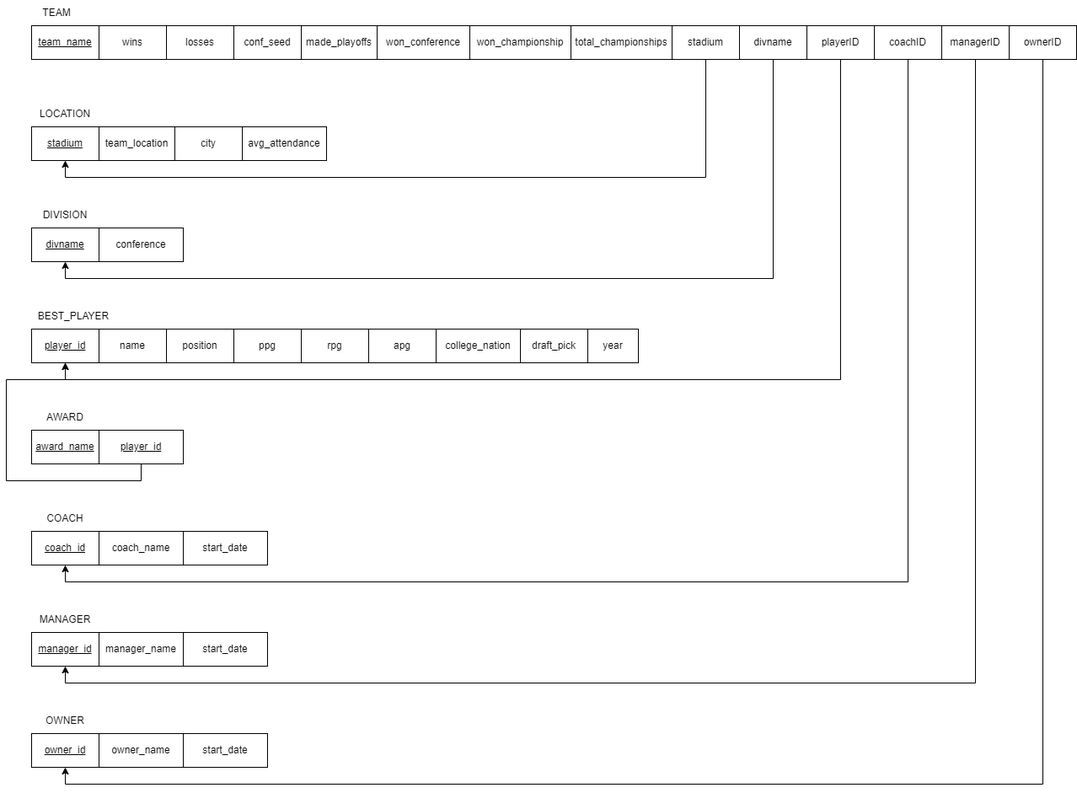
Before: Schema/NBA DB Relational Model.png, a diagram exported from draw.io (diegomess1908/NBADatabase22-23). Source tidied: cells renumbered, new cells last; positions are measured from the earlier drawing's top-left corner, leaving out a move shared by most shapes.
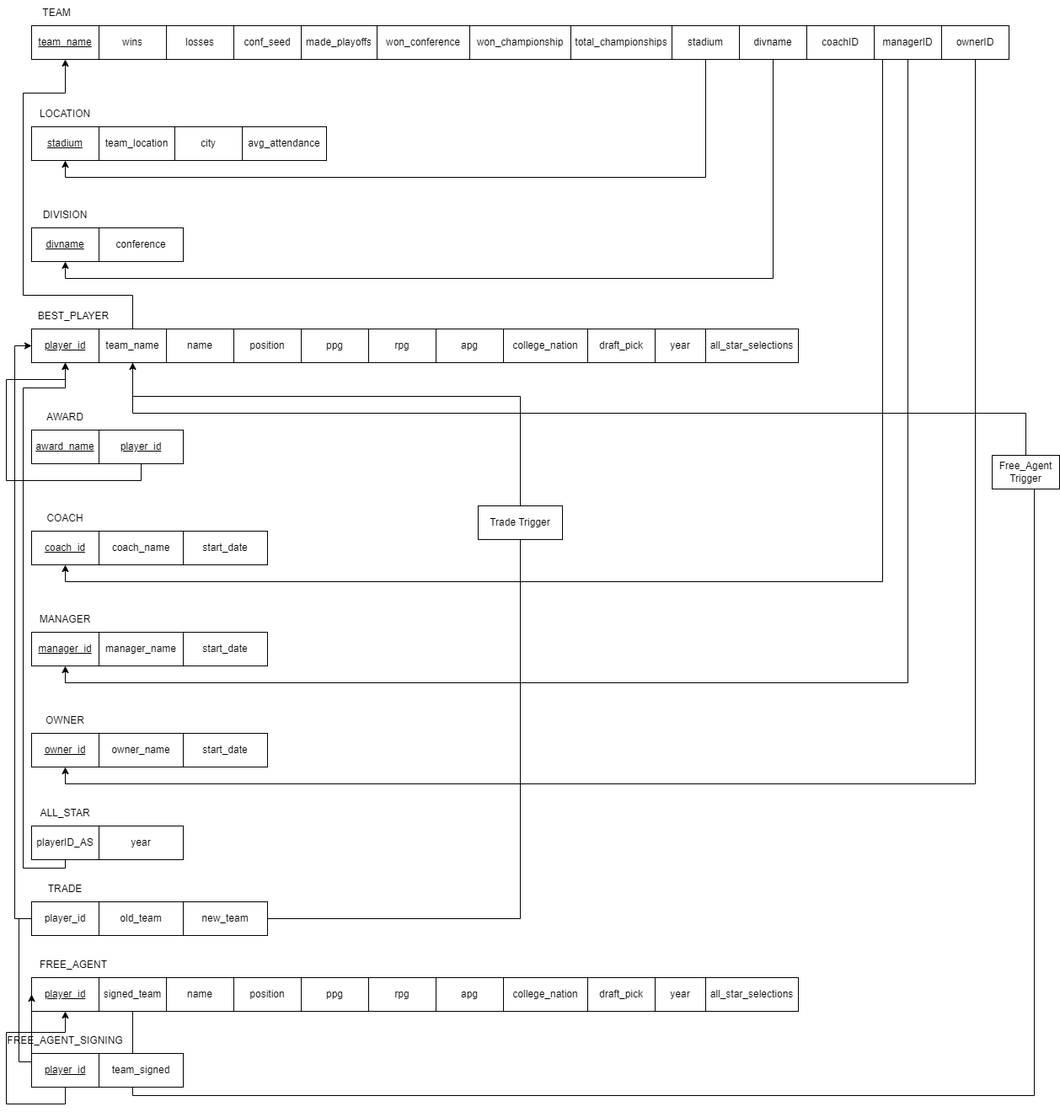
The same file after the commit.

Commit message:
final changes to relational diagram

What changed in the source:
```diff
@@ -51,19 +51,19 @@
       <mxGeometry x="30" y="390" width="80" height="40" as="geometry" />
     </mxCell>
     <mxCell id="18" value="name" style="rounded=0;whiteSpace=wrap;html=1;" parent="1" vertex="1">
-      <mxGeometry x="110" y="390" width="80" height="40" as="geometry" />
+      <mxGeometry x="190" y="390" width="80" height="40" as="geometry" />
     </mxCell>
     <mxCell id="19" value="BEST_PLAYER" style="text;html=1;strokeColor=none;fillColor=none;align=center;verticalAlign=middle;whiteSpace=wrap;rounded=0;" parent="1" vertex="1">
       <mxGeometry x="40" y="360" width="80" height="30" as="geometry" />
     </mxCell>
     <mxCell id="20" value="position" style="rounded=0;whiteSpace=wrap;html=1;" parent="1" vertex="1">
-      <mxGeometry x="190" y="390" width="80" height="40" as="geometry" />
+      <mxGeometry x="270" y="390" width="80" height="40" as="geometry" />
     </mxCell>
     <mxCell id="21" value="ppg" style="rounded=0;whiteSpace=wrap;html=1;" parent="1" vertex="1">
-      <mxGeometry x="270" y="390" width="80" height="40" as="geometry" />
+      <mxGeometry x="350" y="390" width="80" height="40" as="geometry" />
     </mxCell>
     <mxCell id="22" value="rpg" style="rounded=0;whiteSpace=wrap;html=1;" parent="1" vertex="1">
-      <mxGeometry x="350" y="390" width="80" height="40" as="geometry" />
+      <mxGeometry x="430" y="390" width="80" height="40" as="geometry" />
     </mxCell>
     <mxCell id="23" style="edgeStyle=orthogonalEdgeStyle;rounded=0;jettySize=auto;html=1;exitX=0.5;exitY=1;exitDx=0;exitDy=0;entryX=0.5;entryY=1;entryDx=0;entryDy=0;" parent="1" edge="1" source="24" target="14">
       <mxGeometry relative="1" as="geometry" />
@@ -77,29 +77,29 @@
     <mxCell id="26" value="stadium" style="rounded=0;whiteSpace=wrap;html=1;" parent="1" vertex="1">
       <mxGeometry x="790" y="30" width="80" height="40" as="geometry" />
     </mxCell>
-    <mxCell id="27" style="edgeStyle=orthogonalEdgeStyle;rounded=0;jettySize=auto;html=1;exitX=0.5;exitY=1;exitDx=0;exitDy=0;entryX=0.5;entryY=1;entryDx=0;entryDy=0;" parent="1" edge="1" source="28" target="17">
-      <mxGeometry relative="1" as="geometry" />
-    </mxCell>
-    <mxCell id="28" value="playerID" style="rounded=0;whiteSpace=wrap;html=1;" parent="1" vertex="1">
-      <mxGeometry x="950" y="30" width="80" height="40" as="geometry" />
-    </mxCell>
     <mxCell id="29" style="edgeStyle=orthogonalEdgeStyle;rounded=0;jettySize=auto;html=1;exitX=0.5;exitY=1;exitDx=0;exitDy=0;entryX=0.5;entryY=1;entryDx=0;entryDy=0;" parent="1" edge="1" source="30" target="45">
-      <mxGeometry relative="1" as="geometry" />
+      <mxGeometry relative="1" as="geometry">
+        <Array as="points">
+          <mxPoint x="1040" y="70" />
+          <mxPoint x="1040" y="690" />
+          <mxPoint x="70" y="690" />
+        </Array>
+      </mxGeometry>
     </mxCell>
     <mxCell id="30" value="coachID" style="rounded=0;whiteSpace=wrap;html=1;" parent="1" vertex="1">
-      <mxGeometry x="1030" y="30" width="80" height="40" as="geometry" />
+      <mxGeometry x="950" y="30" width="80" height="40" as="geometry" />
     </mxCell>
     <mxCell id="31" style="edgeStyle=orthogonalEdgeStyle;rounded=0;jettySize=auto;html=1;exitX=0.5;exitY=1;exitDx=0;exitDy=0;entryX=0.5;entryY=1;entryDx=0;entryDy=0;" parent="1" edge="1" source="32" target="49">
       <mxGeometry relative="1" as="geometry" />
     </mxCell>
     <mxCell id="32" value="managerID" style="rounded=0;whiteSpace=wrap;html=1;" parent="1" vertex="1">
-      <mxGeometry x="1110" y="30" width="80" height="40" as="geometry" />
+      <mxGeometry x="1030" y="30" width="80" height="40" as="geometry" />
     </mxCell>
     <mxCell id="33" style="edgeStyle=orthogonalEdgeStyle;rounded=0;jettySize=auto;html=1;exitX=0.5;exitY=1;exitDx=0;exitDy=0;entryX=0.5;entryY=1;entryDx=0;entryDy=0;" parent="1" edge="1" source="34" target="53">
       <mxGeometry relative="1" as="geometry" />
     </mxCell>
     <mxCell id="34" value="ownerID" style="rounded=0;whiteSpace=wrap;html=1;" parent="1" vertex="1">
-      <mxGeometry x="1190" y="30" width="80" height="40" as="geometry" />
+      <mxGeometry x="1110" y="30" width="80" height="40" as="geometry" />
     </mxCell>
     <mxCell id="35" value="team_location" style="rounded=0;whiteSpace=wrap;html=1;" parent="1" vertex="1">
       <mxGeometry x="110" y="150" width="90" height="40" as="geometry" />
@@ -108,16 +108,16 @@
       <mxGeometry x="200" y="150" width="80" height="40" as="geometry" />
     </mxCell>
     <mxCell id="37" value="apg" style="rounded=0;whiteSpace=wrap;html=1;" parent="1" vertex="1">
-      <mxGeometry x="430" y="390" width="80" height="40" as="geometry" />
+      <mxGeometry x="510" y="390" width="80" height="40" as="geometry" />
     </mxCell>
     <mxCell id="38" value="college_nation" style="rounded=0;whiteSpace=wrap;html=1;" parent="1" vertex="1">
-      <mxGeometry x="510" y="390" width="100" height="40" as="geometry" />
+      <mxGeometry x="590" y="390" width="100" height="40" as="geometry" />
     </mxCell>
     <mxCell id="39" value="draft_pick" style="rounded=0;whiteSpace=wrap;html=1;" parent="1" vertex="1">
-      <mxGeometry x="610" y="390" width="80" height="40" as="geometry" />
+      <mxGeometry x="690" y="390" width="80" height="40" as="geometry" />
     </mxCell>
     <mxCell id="40" value="year" style="rounded=0;whiteSpace=wrap;html=1;" parent="1" vertex="1">
-      <mxGeometry x="690" y="390" width="60" height="40" as="geometry" />
+      <mxGeometry x="770" y="390" width="60" height="40" as="geometry" />
     </mxCell>
     <mxCell id="41" value="&lt;u&gt;award_name&lt;/u&gt;" style="rounded=0;whiteSpace=wrap;html=1;" parent="1" vertex="1">
       <mxGeometry x="30" y="510" width="80" height="40" as="geometry" />
@@ -174,5 +174,154 @@
     <mxCell id="56" value="start_date" style="rounded=0;whiteSpace=wrap;html=1;" parent="1" vertex="1">
       <mxGeometry x="210" y="870" width="100" height="40" as="geometry" />
     </mxCell>
+    <mxCell id="57" style="edgeStyle=orthogonalEdgeStyle;rounded=0;jettySize=auto;html=1;entryX=0.5;entryY=1;entryDx=0;entryDy=0;" parent="1" edge="1" source="58" target="2">
+      <mxGeometry relative="1" as="geometry">
+        <Array as="points">
+          <mxPoint x="150" y="350" />
+          <mxPoint x="20" y="350" />
+          <mxPoint x="20" y="110" />
+          <mxPoint x="70" y="110" />
+        </Array>
+      </mxGeometry>
+    </mxCell>
+    <mxCell id="58" value="team_name" style="rounded=0;whiteSpace=wrap;html=1;" parent="1" vertex="1">
+      <mxGeometry x="110" y="390" width="80" height="40" as="geometry" />
+    </mxCell>
+    <mxCell id="59" value="all_star_selections" style="rounded=0;whiteSpace=wrap;html=1;" parent="1" vertex="1">
+      <mxGeometry x="830" y="390" width="110" height="40" as="geometry" />
+    </mxCell>
+    <mxCell id="60" style="edgeStyle=orthogonalEdgeStyle;rounded=0;jettySize=auto;html=1;entryX=0.5;entryY=1;entryDx=0;entryDy=0;" parent="1" edge="1" source="61" target="17">
+      <mxGeometry relative="1" as="geometry">
+        <Array as="points">
+          <mxPoint x="70" y="1030" />
+          <mxPoint x="20" y="1030" />
+          <mxPoint x="20" y="460" />
+          <mxPoint x="70" y="460" />
+        </Array>
+      </mxGeometry>
+    </mxCell>
+    <mxCell id="61" value="playerID_AS" style="rounded=0;whiteSpace=wrap;html=1;" parent="1" vertex="1">
+      <mxGeometry x="30" y="980" width="80" height="40" as="geometry" />
+    </mxCell>
+    <mxCell id="62" value="year" style="rounded=0;whiteSpace=wrap;html=1;" parent="1" vertex="1">
+      <mxGeometry x="110" y="980" width="100" height="40" as="geometry" />
+    </mxCell>
+    <mxCell id="63" value="ALL_STAR" style="text;html=1;strokeColor=none;fillColor=none;align=center;verticalAlign=middle;whiteSpace=wrap;rounded=0;" parent="1" vertex="1">
+      <mxGeometry x="30" y="950" width="80" height="30" as="geometry" />
+    </mxCell>
+    <mxCell id="64" value="&lt;u&gt;player_id&lt;/u&gt;" style="rounded=0;whiteSpace=wrap;html=1;" parent="1" vertex="1">
+      <mxGeometry x="30" y="1160" width="80" height="40" as="geometry" />
+    </mxCell>
+    <mxCell id="65" value="name" style="rounded=0;whiteSpace=wrap;html=1;" parent="1" vertex="1">
+      <mxGeometry x="190" y="1160" width="80" height="40" as="geometry" />
+    </mxCell>
+    <mxCell id="66" value="FREE_AGENT" style="text;html=1;strokeColor=none;fillColor=none;align=center;verticalAlign=middle;whiteSpace=wrap;rounded=0;" parent="1" vertex="1">
+      <mxGeometry x="40" y="1130" width="80" height="30" as="geometry" />
+    </mxCell>
+    <mxCell id="67" value="position" style="rounded=0;whiteSpace=wrap;html=1;" parent="1" vertex="1">
+      <mxGeometry x="270" y="1160" width="80" height="40" as="geometry" />
+    </mxCell>
+    <mxCell id="68" value="ppg" style="rounded=0;whiteSpace=wrap;html=1;" parent="1" vertex="1">
+      <mxGeometry x="350" y="1160" width="80" height="40" as="geometry" />
+    </mxCell>
+    <mxCell id="69" value="rpg" style="rounded=0;whiteSpace=wrap;html=1;" parent="1" vertex="1">
+      <mxGeometry x="430" y="1160" width="80" height="40" as="geometry" />
+    </mxCell>
+    <mxCell id="70" value="apg" style="rounded=0;whiteSpace=wrap;html=1;" parent="1" vertex="1">
+      <mxGeometry x="510" y="1160" width="80" height="40" as="geometry" />
+    </mxCell>
+    <mxCell id="71" value="college_nation" style="rounded=0;whiteSpace=wrap;html=1;" parent="1" vertex="1">
+      <mxGeometry x="590" y="1160" width="100" height="40" as="geometry" />
+    </mxCell>
+    <mxCell id="72" value="draft_pick" style="rounded=0;whiteSpace=wrap;html=1;" parent="1" vertex="1">
+      <mxGeometry x="690" y="1160" width="80" height="40" as="geometry" />
+    </mxCell>
+    <mxCell id="73" value="year" style="rounded=0;whiteSpace=wrap;html=1;" parent="1" vertex="1">
+      <mxGeometry x="770" y="1160" width="60" height="40" as="geometry" />
+    </mxCell>
+    <mxCell id="74" style="edgeStyle=orthogonalEdgeStyle;rounded=0;jettySize=auto;html=1;endArrow=none;endFill=0;" parent="1" edge="1" source="75" target="82">
+      <mxGeometry relative="1" as="geometry">
+        <Array as="points">
+          <mxPoint x="150" y="1300" />
+          <mxPoint x="1220" y="1300" />
+        </Array>
+      </mxGeometry>
+    </mxCell>
+    <mxCell id="75" value="signed_team" style="rounded=0;whiteSpace=wrap;html=1;" parent="1" vertex="1">
+      <mxGeometry x="110" y="1160" width="80" height="40" as="geometry" />
+    </mxCell>
+    <mxCell id="76" value="all_star_selections" style="rounded=0;whiteSpace=wrap;html=1;" parent="1" vertex="1">
+      <mxGeometry x="830" y="1160" width="110" height="40" as="geometry" />
+    </mxCell>
+    <mxCell id="77" style="edgeStyle=orthogonalEdgeStyle;rounded=0;jettySize=auto;html=1;entryX=0.5;entryY=1;entryDx=0;entryDy=0;" parent="1" edge="1" source="78" target="64">
+      <mxGeometry relative="1" as="geometry">
+        <Array as="points">
+          <mxPoint x="70" y="1310" />
+          <mxPoint y="1310" />
+          <mxPoint y="1225" />
+          <mxPoint x="70" y="1225" />
+        </Array>
+      </mxGeometry>
+    </mxCell>
+    <mxCell id="78" value="&lt;u&gt;player_id&lt;/u&gt;" style="rounded=0;whiteSpace=wrap;html=1;" parent="1" vertex="1">
+      <mxGeometry x="30" y="1250" width="80" height="40" as="geometry" />
+    </mxCell>
+    <mxCell id="79" value="team_signed" style="rounded=0;whiteSpace=wrap;html=1;" parent="1" vertex="1">
+      <mxGeometry x="110" y="1250" width="100" height="40" as="geometry" />
+    </mxCell>
+    <mxCell id="80" value="FREE_AGENT_SIGNING" style="text;html=1;strokeColor=none;fillColor=none;align=center;verticalAlign=middle;whiteSpace=wrap;rounded=0;" parent="1" vertex="1">
+      <mxGeometry x="30" y="1220" width="80" height="30" as="geometry" />
+    </mxCell>
+    <mxCell id="81" style="edgeStyle=orthogonalEdgeStyle;rounded=0;jettySize=auto;html=1;entryX=0.5;entryY=1;entryDx=0;entryDy=0;endArrow=none;endFill=0;" parent="1" edge="1" source="82" target="58">
+      <mxGeometry relative="1" as="geometry">
+        <Array as="points">
+          <mxPoint x="1210" y="490" />
+          <mxPoint x="150" y="490" />
+        </Array>
+      </mxGeometry>
+    </mxCell>
+    <mxCell id="82" value="Free_Agent Trigger" style="rounded=0;whiteSpace=wrap;html=1;" parent="1" vertex="1">
+      <mxGeometry x="1170" y="540" width="80" height="40" as="geometry" />
+    </mxCell>
+    <mxCell id="83" style="edgeStyle=orthogonalEdgeStyle;rounded=0;jettySize=auto;html=1;entryX=0;entryY=0.5;entryDx=0;entryDy=0;" parent="1" edge="1" source="85" target="64">
+      <mxGeometry relative="1" as="geometry">
+        <Array as="points">
+          <mxPoint x="15" y="1090" />
+          <mxPoint x="15" y="1260" />
+        </Array>
+      </mxGeometry>
+    </mxCell>
+    <mxCell id="84" style="edgeStyle=orthogonalEdgeStyle;rounded=0;jettySize=auto;html=1;entryX=0;entryY=0.5;entryDx=0;entryDy=0;" parent="1" edge="1" source="85" target="17">
+      <mxGeometry relative="1" as="geometry">
+        <Array as="points">
+          <mxPoint x="10" y="1090" />
+          <mxPoint x="10" y="410" />
+        </Array>
+      </mxGeometry>
+    </mxCell>
+    <mxCell id="85" value="player_id" style="rounded=0;whiteSpace=wrap;html=1;" parent="1" vertex="1">
+      <mxGeometry x="30" y="1070" width="80" height="40" as="geometry" />
+    </mxCell>
+    <mxCell id="86" value="old_team" style="rounded=0;whiteSpace=wrap;html=1;" parent="1" vertex="1">
+      <mxGeometry x="110" y="1070" width="100" height="40" as="geometry" />
+    </mxCell>
+    <mxCell id="87" value="TRADE" style="text;html=1;strokeColor=none;fillColor=none;align=center;verticalAlign=middle;whiteSpace=wrap;rounded=0;" parent="1" vertex="1">
+      <mxGeometry x="30" y="1040" width="80" height="30" as="geometry" />
+    </mxCell>
+    <mxCell id="88" style="edgeStyle=orthogonalEdgeStyle;rounded=0;jettySize=auto;html=1;entryX=0.5;entryY=1;entryDx=0;entryDy=0;" parent="1" edge="1" source="89" target="58">
+      <mxGeometry relative="1" as="geometry">
+        <Array as="points">
+          <mxPoint x="610" y="1090" />
+          <mxPoint x="610" y="470" />
+          <mxPoint x="150" y="470" />
+        </Array>
+      </mxGeometry>
+    </mxCell>
+    <mxCell id="89" value="new_team" style="rounded=0;whiteSpace=wrap;html=1;" parent="1" vertex="1">
+      <mxGeometry x="210" y="1070" width="100" height="40" as="geometry" />
+    </mxCell>
+    <mxCell id="90" value="Trade Trigger" style="rounded=0;whiteSpace=wrap;html=1;" parent="1" vertex="1">
+      <mxGeometry x="560" y="600" width="100" height="40" as="geometry" />
+    </mxCell>
   </root>
 </mxGraphModel>
```
